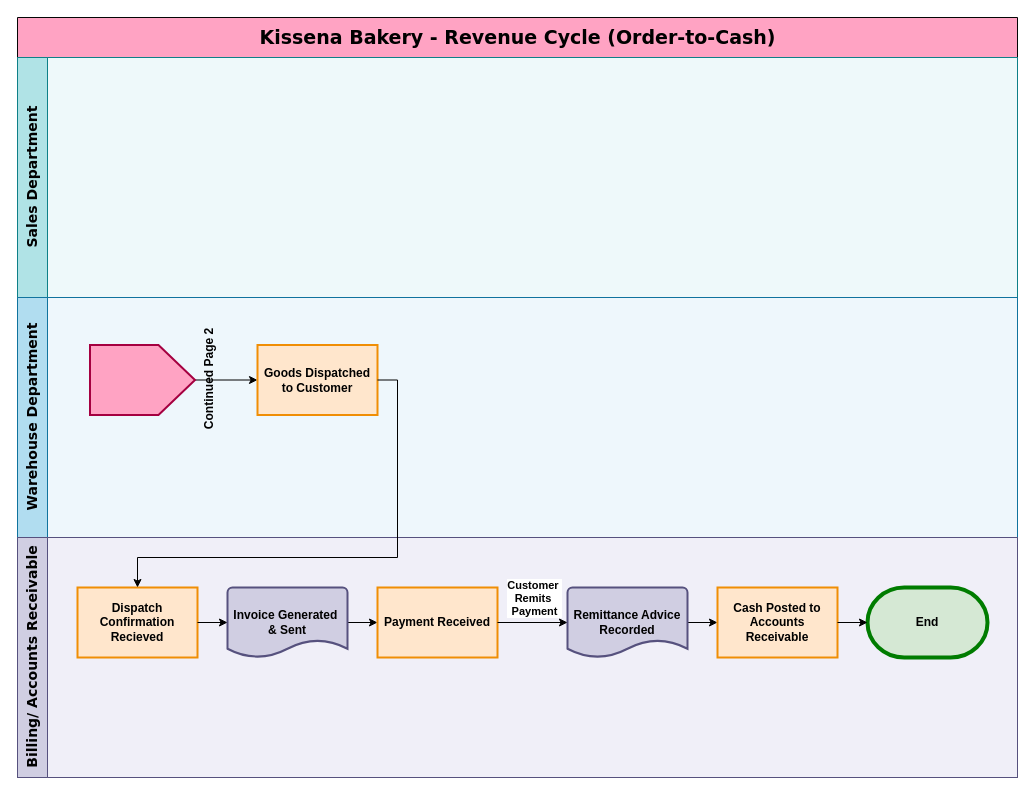
Earlier version of the draw.io diagram page "Page-2" (2 of 2) of Revenue_Cycle_Controls.drawio (talyasharoni51-a11y/drawio). Source tidied: cells renumbered, new cells numbered last; positions are measured from the earlier drawing's top-left corner, leaving out a move shared by most shapes. Both pictures are drawn from the tidied source at 100%, with x=0, y=0 at pixel (17, 17).
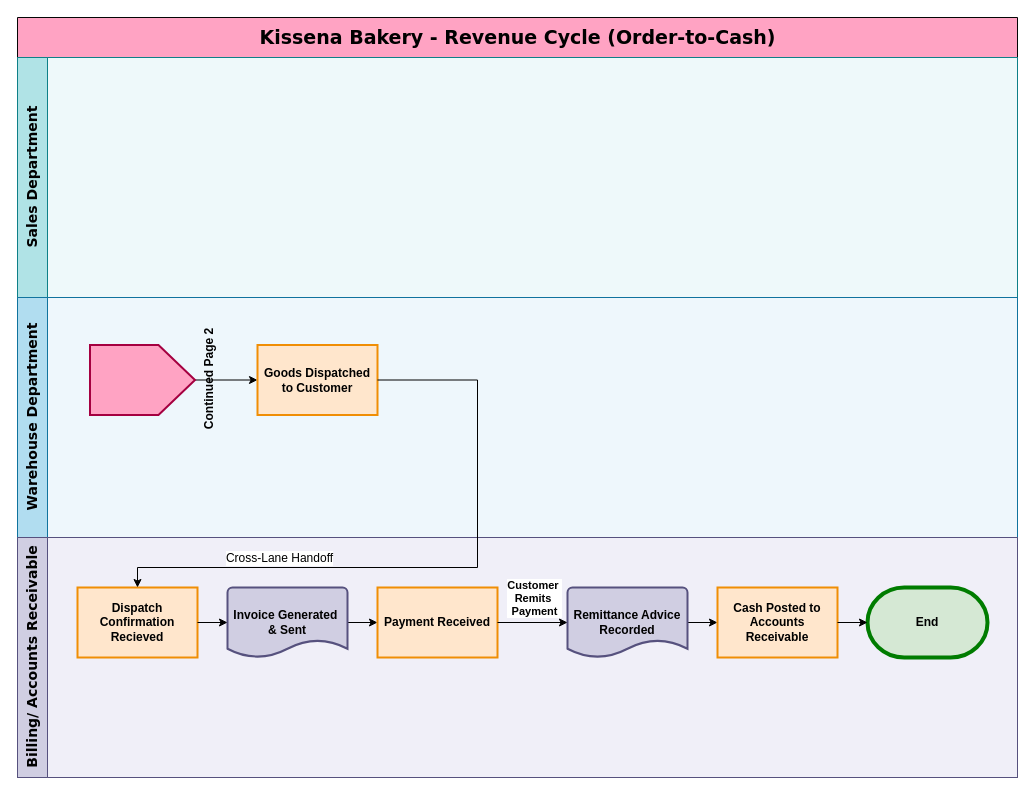
After the change.

The change refers to these unchanged cells:
```xml
<mxCell id="2" value="&lt;font face=&quot;Verdana&quot;&gt;Kissena Bakery - Revenue Cycle (Order-to-Cash)&lt;/font&gt;" style="swimlane;horizontal=1;startSize=40;html=1;fillColor=light-dark(#ffa3c3, #ff90f3);strokeColor=light-dark(#050505, #d7817e);fontSize=19;swimlaneFillColor=#EEF7FC;" parent="1" vertex="1">
  <mxGeometry width="1000" height="760" as="geometry" />
</mxCell>
<mxCell id="7" value="&lt;b&gt;Goods Dispatched to Customer&lt;/b&gt;" style="html=1;dashed=0;whiteSpace=wrap;fillColor=#ffe6cc;strokeColor=light-dark(#f08e05, #996500);strokeWidth=2;" parent="4" vertex="1">
  <mxGeometry x="240" y="47.5" width="120" height="70" as="geometry" />
</mxCell>
<mxCell id="9" value="&lt;b&gt;Dispatch Confirmation Recieved&lt;/b&gt;" style="html=1;dashed=0;whiteSpace=wrap;fillColor=#ffe6cc;strokeColor=light-dark(#f08e05, #996500);strokeWidth=2;" parent="8" vertex="1">
  <mxGeometry x="60" y="50" width="120" height="70" as="geometry" />
</mxCell>
```

The edit, as a diff of the source:
```diff
@@
     <mxCell id="21" style="edgeStyle=orthogonalEdgeStyle;rounded=0;jettySize=auto;html=1;exitX=1;exitY=0.5;exitDx=0;exitDy=0;entryX=0.5;entryY=0;entryDx=0;entryDy=0;" parent="2" edge="1" source="7" target="9">
       <mxGeometry relative="1" as="geometry">
         <Array as="points">
-          <mxPoint x="380" y="363" />
-          <mxPoint x="380" y="540" />
-          <mxPoint x="120" y="540" />
+          <mxPoint x="460" y="362" />
+          <mxPoint x="460" y="550" />
+          <mxPoint x="120" y="550" />
         </Array>
       </mxGeometry>
     </mxCell>
+    <mxCell id="22" value="&lt;span style=&quot;font-size: 12px;&quot;&gt;Cross-Lane Handoff&lt;/span&gt;" style="edgeLabel;html=1;align=center;verticalAlign=middle;" parent="21" vertex="1">
+      <mxGeometry x="0.31" relative="1" as="geometry">
+        <mxPoint x="-62" y="-10" as="offset" />
+      </mxGeometry>
+    </mxCell>
```
